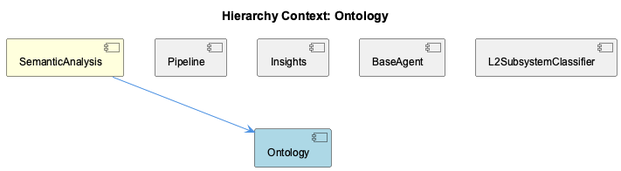
fwornle/coding keeps this PlantUML diagram as knowledge-management/insights/images/ontology-relationship.png. Above is the earlier version. The source it was exported from:
```plantuml
@startuml
!include _standard-style.puml

title Hierarchy Context: Ontology

[SemanticAnalysis] as semantic_analysis #FFFFDD
[Ontology] as ontology #LightBlue
[Pipeline] as pipeline #F0F0F0
[Insights] as insights #F0F0F0
[BaseAgent] as base_agent #F0F0F0
[L2SubsystemClassifier] as l2_subsystem_classifier #F0F0F0

semantic_analysis --> ontology
pipeline -[hidden]- ontology
insights -[hidden]- ontology
base_agent -[hidden]- ontology
l2_subsystem_classifier -[hidden]- ontology

@enduml
```
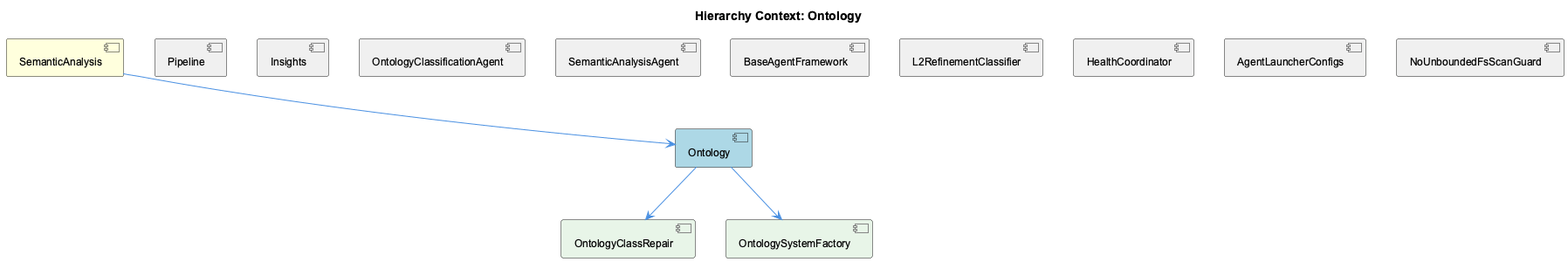
After the commit.

Diff of the diagram source:
```diff
@@ -7,13 +7,27 @@
 [Ontology] as ontology #LightBlue
 [Pipeline] as pipeline #F0F0F0
 [Insights] as insights #F0F0F0
-[BaseAgent] as base_agent #F0F0F0
-[L2SubsystemClassifier] as l2_subsystem_classifier #F0F0F0
+[OntologyClassificationAgent] as ontology_classification_agent #F0F0F0
+[SemanticAnalysisAgent] as semantic_analysis_agent #F0F0F0
+[BaseAgentFramework] as base_agent_framework #F0F0F0
+[L2RefinementClassifier] as l2_refinement_classifier #F0F0F0
+[HealthCoordinator] as health_coordinator #F0F0F0
+[AgentLauncherConfigs] as agent_launcher_configs #F0F0F0
+[NoUnboundedFsScanGuard] as no_unbounded_fs_scan_guard #F0F0F0
+[OntologyClassRepair] as ontology_class_repair #E8F5E8
+[OntologySystemFactory] as ontology_system_factory #E8F5E8
 
 semantic_analysis --> ontology
 pipeline -[hidden]- ontology
 insights -[hidden]- ontology
-base_agent -[hidden]- ontology
-l2_subsystem_classifier -[hidden]- ontology
+ontology_classification_agent -[hidden]- ontology
+semantic_analysis_agent -[hidden]- ontology
+base_agent_framework -[hidden]- ontology
+l2_refinement_classifier -[hidden]- ontology
+health_coordinator -[hidden]- ontology
+agent_launcher_configs -[hidden]- ontology
+no_unbounded_fs_scan_guard -[hidden]- ontology
+ontology --> ontology_class_repair
+ontology --> ontology_system_factory
 
 @enduml
```
